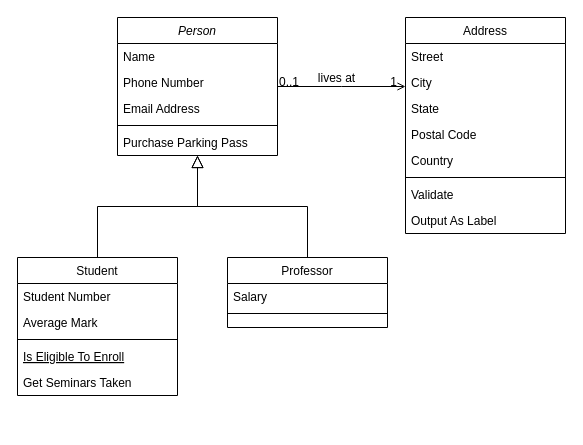
Earlier version of the draw.io diagram Untitled Diagram.drawio (VilleHamalainen/HarjoitusTehtavat). Source tidied: cells renumbered, new cells numbered last; positions are measured from the earlier drawing's top-left corner, leaving out a move shared by most shapes. Both pictures are drawn from the tidied source at 100%, with x=0, y=0 at pixel (17, 17).
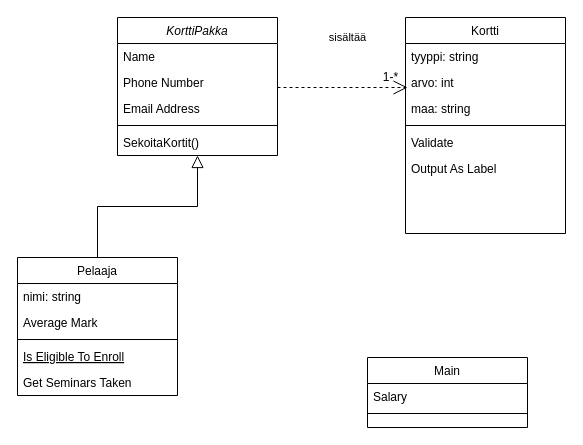
After the change.

The edit, as a diff of the source:
```diff
@@
-    <mxCell id="2" value="Person" style="swimlane;fontStyle=2;align=center;verticalAlign=top;horizontal=1;startSize=26;rounded=0;shadow=0;strokeWidth=1;" parent="1" vertex="1">
+    <mxCell id="2" value="KorttiPakka" style="swimlane;fontStyle=2;align=center;verticalAlign=top;horizontal=1;startSize=26;rounded=0;shadow=0;strokeWidth=1;" parent="1" vertex="1">
       <mxGeometry x="100" width="160" height="138" as="geometry" />
     </mxCell>
@@
-    <mxCell id="7" value="Purchase Parking Pass" style="text;align=left;verticalAlign=top;spacingLeft=4;spacingRight=4;overflow=hidden;" parent="2" vertex="1">
+    <mxCell id="7" value="SekoitaKortit()" style="text;align=left;verticalAlign=top;spacingLeft=4;spacingRight=4;overflow=hidden;" parent="2" vertex="1">
       <mxGeometry y="112" width="160" height="26" as="geometry" />
     </mxCell>
-    <mxCell id="8" value="Student" style="swimlane;fontStyle=0;align=center;verticalAlign=top;horizontal=1;startSize=26;rounded=0;shadow=0;strokeWidth=1;" parent="1" vertex="1">
+    <mxCell id="8" value="Pelaaja" style="swimlane;fontStyle=0;align=center;verticalAlign=top;horizontal=1;startSize=26;rounded=0;shadow=0;strokeWidth=1;" parent="1" vertex="1">
       <mxGeometry y="240" width="160" height="138" as="geometry" />
     </mxCell>
-    <mxCell id="9" value="Student Number" style="text;align=left;verticalAlign=top;spacingLeft=4;spacingRight=4;overflow=hidden;" parent="8" vertex="1">
+    <mxCell id="9" value="nimi: string" style="text;align=left;verticalAlign=top;spacingLeft=4;spacingRight=4;overflow=hidden;" parent="8" vertex="1">
       <mxGeometry y="26" width="160" height="26" as="geometry" />
     </mxCell>
@@
-    <mxCell id="15" value="Professor" style="swimlane;fontStyle=0;align=center;verticalAlign=top;horizontal=1;startSize=26;rounded=0;shadow=0;strokeWidth=1;" parent="1" vertex="1">
-      <mxGeometry x="210" y="240" width="160" height="70" as="geometry" />
+    <mxCell id="15" value="Main" style="swimlane;fontStyle=0;align=center;verticalAlign=top;horizontal=1;startSize=26;rounded=0;shadow=0;strokeWidth=1;" parent="1" vertex="1">
+      <mxGeometry x="350" y="340" width="160" height="70" as="geometry" />
     </mxCell>
@@
-    <mxCell id="18" style="endArrow=block;endSize=10;endFill=0;shadow=0;strokeWidth=1;rounded=0;edgeStyle=elbowEdgeStyle;elbow=vertical;" parent="1" edge="1" source="15" target="2">
-      <mxGeometry relative="1" as="geometry" />
-    </mxCell>
-    <mxCell id="19" value="Address" style="swimlane;fontStyle=0;align=center;verticalAlign=top;horizontal=1;startSize=26;rounded=0;shadow=0;strokeWidth=1;" parent="1" vertex="1">
+    <mxCell id="19" value="Kortti" style="swimlane;fontStyle=0;align=center;verticalAlign=top;horizontal=1;startSize=26;rounded=0;shadow=0;strokeWidth=1;" parent="1" vertex="1">
       <mxGeometry x="388" width="160" height="216" as="geometry" />
     </mxCell>
-    <mxCell id="20" value="Street" style="text;align=left;verticalAlign=top;spacingLeft=4;spacingRight=4;overflow=hidden;" parent="19" vertex="1">
+    <mxCell id="20" value="tyyppi: string" style="text;align=left;verticalAlign=top;spacingLeft=4;spacingRight=4;overflow=hidden;" parent="19" vertex="1">
       <mxGeometry y="26" width="160" height="26" as="geometry" />
     </mxCell>
-    <mxCell id="21" value="City" style="text;align=left;verticalAlign=top;spacingLeft=4;spacingRight=4;overflow=hidden;rounded=0;shadow=0;html=0;" parent="19" vertex="1">
+    <mxCell id="21" value="arvo: int" style="text;align=left;verticalAlign=top;spacingLeft=4;spacingRight=4;overflow=hidden;rounded=0;shadow=0;html=0;" parent="19" vertex="1">
       <mxGeometry y="52" width="160" height="26" as="geometry" />
     </mxCell>
-    <mxCell id="22" value="State" style="text;align=left;verticalAlign=top;spacingLeft=4;spacingRight=4;overflow=hidden;rounded=0;shadow=0;html=0;" parent="19" vertex="1">
+    <mxCell id="22" value="maa: string" style="text;align=left;verticalAlign=top;spacingLeft=4;spacingRight=4;overflow=hidden;rounded=0;shadow=0;html=0;" parent="19" vertex="1">
       <mxGeometry y="78" width="160" height="26" as="geometry" />
     </mxCell>
-    <mxCell id="23" value="Postal Code" style="text;align=left;verticalAlign=top;spacingLeft=4;spacingRight=4;overflow=hidden;rounded=0;shadow=0;html=0;" parent="19" vertex="1">
-      <mxGeometry y="104" width="160" height="26" as="geometry" />
-    </mxCell>
-    <mxCell id="24" value="Country" style="text;align=left;verticalAlign=top;spacingLeft=4;spacingRight=4;overflow=hidden;rounded=0;shadow=0;html=0;" parent="19" vertex="1">
-      <mxGeometry y="130" width="160" height="26" as="geometry" />
-    </mxCell>
     <mxCell id="25" style="line;html=1;strokeWidth=1;align=left;verticalAlign=middle;spacingTop=-1;spacingLeft=3;spacingRight=3;labelPosition=right;" parent="19" vertex="1">
-      <mxGeometry y="156" width="160" height="8" as="geometry" />
+      <mxGeometry y="104" width="160" height="8" as="geometry" />
     </mxCell>
     <mxCell id="26" value="Validate" style="text;align=left;verticalAlign=top;spacingLeft=4;spacingRight=4;overflow=hidden;" parent="19" vertex="1">
-      <mxGeometry y="164" width="160" height="26" as="geometry" />
+      <mxGeometry y="112" width="160" height="26" as="geometry" />
     </mxCell>
     <mxCell id="27" value="Output As Label" style="text;align=left;verticalAlign=top;spacingLeft=4;spacingRight=4;overflow=hidden;" parent="19" vertex="1">
-      <mxGeometry y="190" width="160" height="26" as="geometry" />
+      <mxGeometry y="138" width="160" height="26" as="geometry" />
     </mxCell>
-    <mxCell id="28" style="endArrow=open;shadow=0;strokeWidth=1;rounded=0;endFill=1;edgeStyle=elbowEdgeStyle;elbow=vertical;" parent="1" edge="1" source="2" target="19">
-      <mxGeometry x="0.5" y="41" relative="1" as="geometry">
-        <mxPoint x="-40" y="32" as="offset" />
-      </mxGeometry>
-    </mxCell>
-    <mxCell id="29" value="0..1" style="align=left;verticalAlign=bottom;labelBackgroundColor=none;fontSize=12;" parent="28" vertex="1">
-      <mxGeometry x="-1" relative="1" as="geometry">
-        <mxPoint y="4" as="offset" />
-      </mxGeometry>
-    </mxCell>
-    <mxCell id="30" value="1" style="align=right;verticalAlign=bottom;labelBackgroundColor=none;fontSize=12;" parent="28" vertex="1">
-      <mxGeometry x="1" relative="1" as="geometry">
-        <mxPoint x="-7" y="4" as="offset" />
-      </mxGeometry>
-    </mxCell>
-    <mxCell id="31" value="lives at" style="text;html=1;align=center;verticalAlign=middle;labelBackgroundColor=none;rounded=0;shadow=0;strokeWidth=1;fontSize=12;" parent="28" vertex="1">
-      <mxGeometry x="0.5" y="49" relative="1" as="geometry">
-        <mxPoint x="-38" y="40" as="offset" />
-      </mxGeometry>
-    </mxCell>
+    <mxCell id="32" style="group;" parent="1" vertex="1">
+      <mxGeometry x="260" y="50" width="130" height="20" as="geometry" />
+    </mxCell>
+    <mxCell id="33" value="sisältää" style="endArrow=open;endSize=12;dashed=1;html=1;rounded=0;" parent="32" edge="1">
+      <mxGeometry x="0.08" y="50" relative="1" as="geometry">
+        <mxPoint y="20" as="sourcePoint" />
+        <mxPoint x="130" y="20" as="targetPoint" />
+      </mxGeometry>
+    </mxCell>
+    <mxCell id="34" value="1-*" style="text;html=1;align=center;verticalAlign=middle;strokeColor=none;fillColor=none;" parent="32" vertex="1">
+      <mxGeometry x="98" width="30" height="20" as="geometry" />
+    </mxCell>
```
